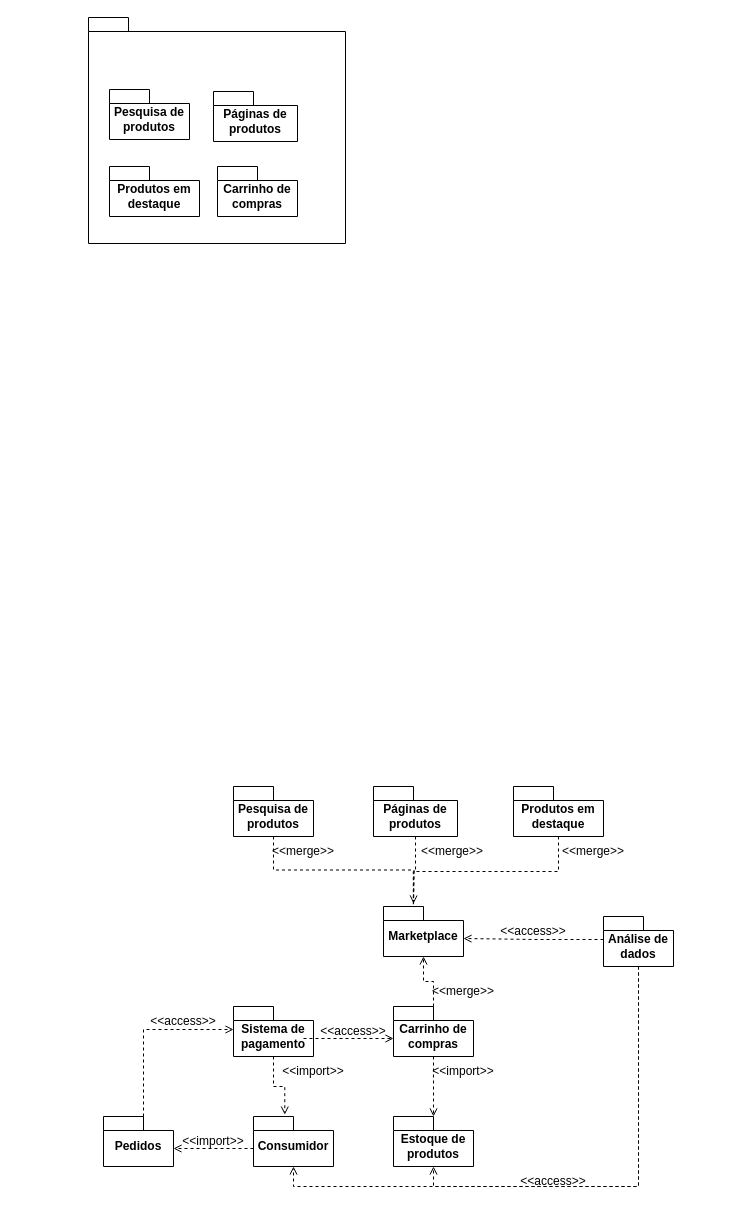
Above: Diagrama_pacotes.drawio in davimicale/Patinho-Feio-do-Legume (draw.io), before the change. Source tidied: cells renumbered, new cells numbered last; positions are measured from the earlier drawing's top-left corner, leaving out a move shared by most shapes. Both pictures are drawn from the tidied source at 100%, with x=0, y=0 at pixel (88, 17).
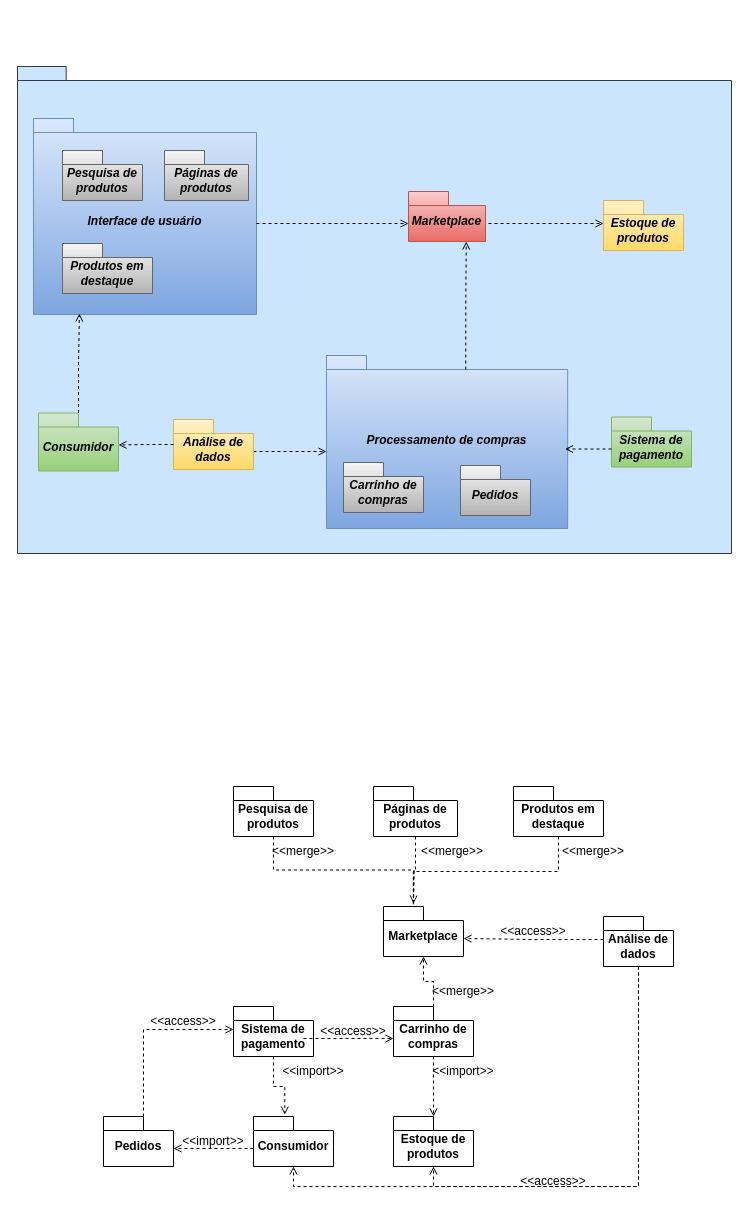
After the change.

Diff of the diagram source:
```diff
@@
+    <mxCell id="40" style="shape=folder;fontStyle=1;spacingTop=10;tabWidth=40;tabHeight=14;tabPosition=left;html=1;whiteSpace=wrap;fillColor=#cce5ff;strokeColor=#36393d;" parent="1" vertex="1">
+      <mxGeometry x="-71" y="49" width="714" height="487" as="geometry" />
+    </mxCell>
@@
-    <mxCell id="35" style="shape=folder;fontStyle=1;spacingTop=10;tabWidth=40;tabHeight=14;tabPosition=left;html=1;whiteSpace=wrap;" parent="1" vertex="1">
-      <mxGeometry width="257" height="226" as="geometry" />
+    <mxCell id="35" value="Interface de usuário" style="shape=folder;fontStyle=3;spacingTop=10;tabWidth=40;tabHeight=14;tabPosition=left;html=1;whiteSpace=wrap;fillColor=#dae8fc;gradientColor=#7ea6e0;strokeColor=#6c8ebf;" parent="1" vertex="1">
+      <mxGeometry x="-55" y="101" width="223" height="196" as="geometry" />
     </mxCell>
-    <mxCell id="36" value="Pesquisa de produtos" style="shape=folder;fontStyle=1;spacingTop=10;tabWidth=40;tabHeight=14;tabPosition=left;html=1;whiteSpace=wrap;" parent="1" vertex="1">
-      <mxGeometry x="21" y="72" width="80" height="50" as="geometry" />
+    <mxCell id="36" value="Pesquisa de produtos" style="shape=folder;fontStyle=3;spacingTop=10;tabWidth=40;tabHeight=14;tabPosition=left;html=1;whiteSpace=wrap;fillColor=#f5f5f5;gradientColor=#b3b3b3;strokeColor=#666666;" parent="1" vertex="1">
+      <mxGeometry x="-26" y="133" width="80" height="50" as="geometry" />
     </mxCell>
-    <mxCell id="37" value="Páginas de produtos" style="shape=folder;fontStyle=1;spacingTop=10;tabWidth=40;tabHeight=14;tabPosition=left;html=1;whiteSpace=wrap;" parent="1" vertex="1">
-      <mxGeometry x="125" y="74" width="84" height="50" as="geometry" />
+    <mxCell id="37" value="Páginas de produtos" style="shape=folder;fontStyle=3;spacingTop=10;tabWidth=40;tabHeight=14;tabPosition=left;html=1;whiteSpace=wrap;fillColor=#f5f5f5;gradientColor=#b3b3b3;strokeColor=#666666;" parent="1" vertex="1">
+      <mxGeometry x="76" y="133" width="84" height="50" as="geometry" />
     </mxCell>
-    <mxCell id="38" value="Produtos em destaque" style="shape=folder;fontStyle=1;spacingTop=10;tabWidth=40;tabHeight=14;tabPosition=left;html=1;whiteSpace=wrap;" parent="1" vertex="1">
-      <mxGeometry x="21" y="149" width="90" height="50" as="geometry" />
+    <mxCell id="38" value="Produtos em destaque" style="shape=folder;fontStyle=3;spacingTop=10;tabWidth=40;tabHeight=14;tabPosition=left;html=1;whiteSpace=wrap;fillColor=#f5f5f5;gradientColor=#b3b3b3;strokeColor=#666666;" parent="1" vertex="1">
+      <mxGeometry x="-26" y="226" width="90" height="50" as="geometry" />
     </mxCell>
+    <mxCell id="41" value="Marketplace" style="shape=folder;fontStyle=3;spacingTop=10;tabWidth=40;tabHeight=14;tabPosition=left;html=1;whiteSpace=wrap;fillColor=#f8cecc;gradientColor=#ea6b66;strokeColor=#b85450;" parent="1" vertex="1">
+      <mxGeometry x="320" y="174" width="77" height="50" as="geometry" />
+    </mxCell>
+    <mxCell id="42" value="Processamento de compras&lt;div&gt;&lt;br&gt;&lt;/div&gt;" style="shape=folder;fontStyle=3;spacingTop=10;tabWidth=40;tabHeight=14;tabPosition=left;html=1;whiteSpace=wrap;fillColor=#dae8fc;strokeColor=#6c8ebf;gradientColor=#7ea6e0;" parent="1" vertex="1">
+      <mxGeometry x="238" y="338" width="241.2" height="173" as="geometry" />
+    </mxCell>
-    <mxCell id="39" value="Carrinho de compras" style="shape=folder;fontStyle=1;spacingTop=10;tabWidth=40;tabHeight=14;tabPosition=left;html=1;whiteSpace=wrap;" parent="1" vertex="1">
-      <mxGeometry x="129" y="149" width="80" height="50" as="geometry" />
+    <mxCell id="39" value="Carrinho de compras" style="shape=folder;fontStyle=3;spacingTop=10;tabWidth=40;tabHeight=14;tabPosition=left;html=1;whiteSpace=wrap;fillColor=#f5f5f5;gradientColor=#b3b3b3;strokeColor=#666666;" parent="1" vertex="1">
+      <mxGeometry x="255" y="445" width="80" height="50" as="geometry" />
     </mxCell>
+    <mxCell id="43" value="Pedidos" style="shape=folder;fontStyle=3;spacingTop=10;tabWidth=40;tabHeight=14;tabPosition=left;html=1;whiteSpace=wrap;fillColor=#f5f5f5;gradientColor=#b3b3b3;strokeColor=#666666;" parent="1" vertex="1">
+      <mxGeometry x="372" y="448" width="70" height="50" as="geometry" />
+    </mxCell>
+    <mxCell id="44" value="Sistema de pagamento" style="shape=folder;fontStyle=3;spacingTop=10;tabWidth=40;tabHeight=14;tabPosition=left;html=1;whiteSpace=wrap;fillColor=#d5e8d4;gradientColor=#97d077;strokeColor=#82b366;" parent="1" vertex="1">
+      <mxGeometry x="523" y="399.5" width="80" height="50" as="geometry" />
+    </mxCell>
+    <mxCell id="45" value="Estoque de produtos" style="shape=folder;fontStyle=3;spacingTop=10;tabWidth=40;tabHeight=14;tabPosition=left;html=1;whiteSpace=wrap;fillColor=#fff2cc;gradientColor=#ffd966;strokeColor=#d6b656;" parent="1" vertex="1">
+      <mxGeometry x="515" y="183" width="80" height="50" as="geometry" />
+    </mxCell>
+    <mxCell id="46" value="Consumidor" style="shape=folder;fontStyle=3;spacingTop=10;tabWidth=40;tabHeight=14;tabPosition=left;html=1;whiteSpace=wrap;fillColor=#d5e8d4;gradientColor=#97d077;strokeColor=#82b366;" parent="1" vertex="1">
+      <mxGeometry x="-50" y="395.5" width="80" height="58" as="geometry" />
+    </mxCell>
+    <mxCell id="47" style="edgeStyle=orthogonalEdgeStyle;rounded=0;jettySize=auto;html=1;exitX=0;exitY=0;exitDx=80;exitDy=32;exitPerimeter=0;dashed=1;endArrow=open;endFill=0;" parent="1" edge="1" source="48">
+      <mxGeometry relative="1" as="geometry">
+        <mxPoint x="238" y="434" as="targetPoint" />
+      </mxGeometry>
+    </mxCell>
+    <mxCell id="48" value="Análise de dados" style="shape=folder;fontStyle=3;spacingTop=10;tabWidth=40;tabHeight=14;tabPosition=left;html=1;whiteSpace=wrap;fillColor=#fff2cc;gradientColor=#ffd966;strokeColor=#d6b656;" parent="1" vertex="1">
+      <mxGeometry x="85" y="402" width="80" height="50" as="geometry" />
+    </mxCell>
+    <mxCell id="49" style="edgeStyle=orthogonalEdgeStyle;rounded=0;jettySize=auto;html=1;exitX=0;exitY=0;exitDx=223;exitDy=105;exitPerimeter=0;entryX=0;entryY=0;entryDx=0;entryDy=32;entryPerimeter=0;dashed=1;endArrow=open;endFill=0;" parent="1" edge="1" source="35" target="41">
+      <mxGeometry relative="1" as="geometry" />
+    </mxCell>
+    <mxCell id="50" style="edgeStyle=orthogonalEdgeStyle;rounded=0;jettySize=auto;html=1;exitX=0;exitY=0;exitDx=80;exitDy=32;exitPerimeter=0;entryX=0;entryY=0;entryDx=0;entryDy=23;entryPerimeter=0;dashed=1;endArrow=open;endFill=0;" parent="1" edge="1" source="41" target="45">
+      <mxGeometry relative="1" as="geometry" />
+    </mxCell>
+    <mxCell id="51" style="edgeStyle=orthogonalEdgeStyle;rounded=0;jettySize=auto;html=1;entryX=0;entryY=0;entryDx=80;entryDy=32;entryPerimeter=0;dashed=1;endArrow=open;endFill=0;" parent="1" edge="1" source="48" target="46">
+      <mxGeometry relative="1" as="geometry" />
+    </mxCell>
+    <mxCell id="52" style="edgeStyle=orthogonalEdgeStyle;rounded=0;jettySize=auto;html=1;exitX=0;exitY=0;exitDx=0;exitDy=32;exitPerimeter=0;entryX=0;entryY=0;entryDx=238.5;entryDy=93.5;entryPerimeter=0;dashed=1;endArrow=open;endFill=0;" parent="1" edge="1" source="44" target="42">
+      <mxGeometry relative="1" as="geometry" />
+    </mxCell>
+    <mxCell id="53" style="edgeStyle=orthogonalEdgeStyle;rounded=0;jettySize=auto;html=1;entryX=0.206;entryY=0.995;entryDx=0;entryDy=0;entryPerimeter=0;dashed=1;endArrow=open;endFill=0;" parent="1" edge="1" source="46" target="35">
+      <mxGeometry relative="1" as="geometry" />
+    </mxCell>
+    <mxCell id="54" style="edgeStyle=orthogonalEdgeStyle;rounded=0;jettySize=auto;html=1;exitX=0;exitY=0;exitDx=139.25;exitDy=14;exitPerimeter=0;entryX=0.75;entryY=1;entryDx=0;entryDy=0;entryPerimeter=0;dashed=1;endArrow=open;endFill=0;" parent="1" edge="1" source="42" target="41">
+      <mxGeometry relative="1" as="geometry" />
+    </mxCell>
```
